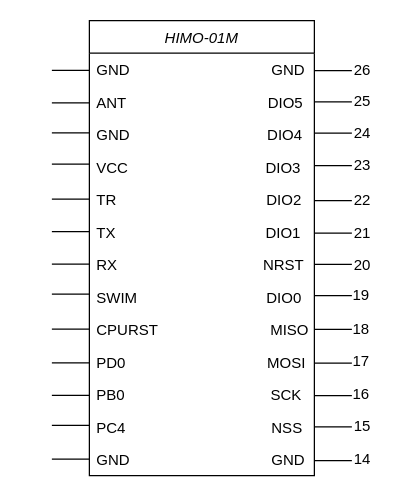
FrauMauz/diagrams keeps this draw.io diagram as Untitled Diagram.drawio. Above is the earlier version. Source tidied: cells renumbered, new cells numbered last; positions are measured from the earlier drawing's top-left corner, leaving out a move shared by most shapes. Both pictures are drawn from the tidied source at 125%, with x=0, y=0 at pixel (51, 20).
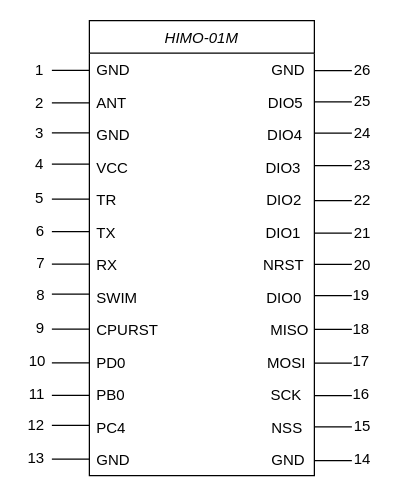
Above is the later version.

Commit message:
himo with pins

What changed in the source:
```diff
@@
+    <mxCell id="55" value="1" style="text;align=left;verticalAlign=top;spacingLeft=4;spacingRight=4;overflow=hidden;" parent="1" vertex="1">
+      <mxGeometry x="-19" y="26" width="30" height="26" as="geometry" />
+    </mxCell>
+    <mxCell id="56" value="2" style="text;align=left;verticalAlign=top;spacingLeft=4;spacingRight=4;overflow=hidden;" parent="1" vertex="1">
+      <mxGeometry x="-19" y="52" width="30" height="26" as="geometry" />
+    </mxCell>
+    <mxCell id="57" value="3" style="text;align=left;verticalAlign=top;spacingLeft=4;spacingRight=4;overflow=hidden;" parent="1" vertex="1">
+      <mxGeometry x="-19" y="76" width="30" height="26" as="geometry" />
+    </mxCell>
+    <mxCell id="58" value="4" style="text;align=left;verticalAlign=top;spacingLeft=4;spacingRight=4;overflow=hidden;" parent="1" vertex="1">
+      <mxGeometry x="-19" y="101" width="29" height="26" as="geometry" />
+    </mxCell>
+    <mxCell id="59" value="5" style="text;align=left;verticalAlign=top;spacingLeft=4;spacingRight=4;overflow=hidden;" parent="1" vertex="1">
+      <mxGeometry x="-19" y="128" width="29" height="26" as="geometry" />
+    </mxCell>
+    <mxCell id="60" value="6" style="text;align=left;verticalAlign=top;spacingLeft=4;spacingRight=4;overflow=hidden;" parent="1" vertex="1">
+      <mxGeometry x="-18.5" y="155" width="29" height="26" as="geometry" />
+    </mxCell>
+    <mxCell id="61" value="7" style="text;align=left;verticalAlign=top;spacingLeft=4;spacingRight=4;overflow=hidden;" parent="1" vertex="1">
+      <mxGeometry x="-18" y="180" width="29" height="26" as="geometry" />
+    </mxCell>
+    <mxCell id="62" value="8" style="text;align=left;verticalAlign=top;spacingLeft=4;spacingRight=4;overflow=hidden;" parent="1" vertex="1">
+      <mxGeometry x="-18" y="206" width="29" height="26" as="geometry" />
+    </mxCell>
+    <mxCell id="63" value="9" style="text;align=left;verticalAlign=top;spacingLeft=4;spacingRight=4;overflow=hidden;" parent="1" vertex="1">
+      <mxGeometry x="-18.5" y="232" width="29" height="26" as="geometry" />
+    </mxCell>
+    <mxCell id="64" value="10" style="text;align=left;verticalAlign=top;spacingLeft=4;spacingRight=4;overflow=hidden;" parent="1" vertex="1">
+      <mxGeometry x="-24" y="259" width="29" height="26" as="geometry" />
+    </mxCell>
+    <mxCell id="65" value="11" style="text;align=left;verticalAlign=top;spacingLeft=4;spacingRight=4;overflow=hidden;" parent="1" vertex="1">
+      <mxGeometry x="-24" y="285" width="29" height="26" as="geometry" />
+    </mxCell>
+    <mxCell id="66" value="12" style="text;align=left;verticalAlign=top;spacingLeft=4;spacingRight=4;overflow=hidden;" parent="1" vertex="1">
+      <mxGeometry x="-25" y="310" width="29" height="26" as="geometry" />
+    </mxCell>
+    <mxCell id="67" value="13" style="text;align=left;verticalAlign=top;spacingLeft=4;spacingRight=4;overflow=hidden;" parent="1" vertex="1">
+      <mxGeometry x="-25" y="336" width="29" height="26" as="geometry" />
+    </mxCell>
```
